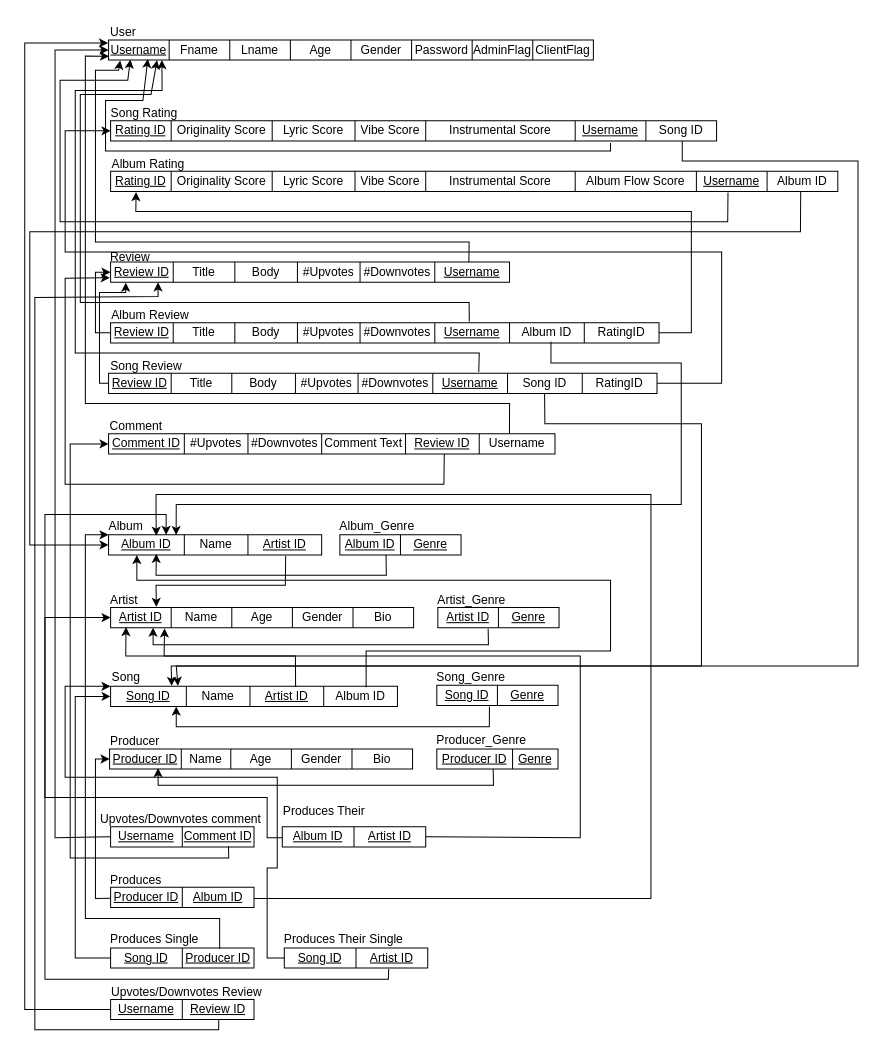
This is CPSC 471 Project RM.drawio from alexchchen/musicrant, a draw.io file, before an edit. Source tidied: cells renumbered, new cells numbered last; positions are measured from the earlier drawing's top-left corner, leaving out a move shared by most shapes. Both pictures are drawn from the tidied source at 101%, with x=0, y=0 at pixel (24, 17).
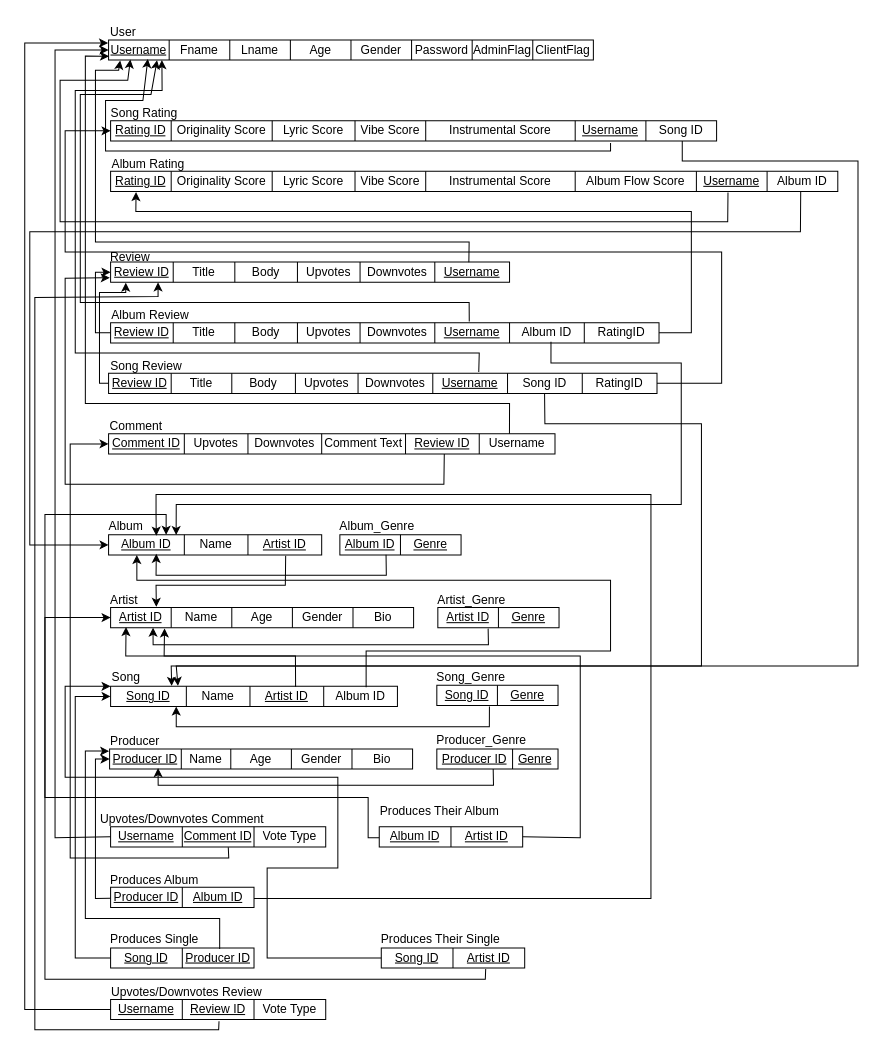
The same diagram, later.

Commit message (it also covers changes not shown here):
Added vote type to upvotes/downvotes comment and review

The change refers to these unchanged cells:
```xml
<mxCell id="6" style="shape=tableRow;horizontal=0;startSize=0;swimlaneHead=0;swimlaneBody=0;strokeColor=inherit;top=0;left=0;bottom=0;right=0;fillColor=none;points=[[0,0.5],[1,0.5]];portConstraint=eastwest;" parent="5" vertex="1">
  <mxGeometry width="300" height="20" as="geometry" />
</mxCell>
<mxCell id="36" style="shape=tableRow;horizontal=0;startSize=0;swimlaneHead=0;swimlaneBody=0;strokeColor=inherit;top=0;left=0;bottom=0;right=0;fillColor=none;points=[[0,0.5],[1,0.5]];portConstraint=eastwest;" parent="35" vertex="1">
  <mxGeometry width="543" height="20" as="geometry" />
</mxCell>
<mxCell id="52" style="shape=tableRow;horizontal=0;startSize=0;swimlaneHead=0;swimlaneBody=0;strokeColor=inherit;top=0;left=0;bottom=0;right=0;fillColor=none;points=[[0,0.5],[1,0.5]];portConstraint=eastwest;" parent="51" vertex="1">
  <mxGeometry width="543" height="20" as="geometry" />
</mxCell>
<mxCell id="74" style="shape=tableRow;horizontal=0;startSize=0;swimlaneHead=0;swimlaneBody=0;strokeColor=inherit;top=0;left=0;bottom=0;right=0;fillColor=none;points=[[0,0.5],[1,0.5]];portConstraint=eastwest;" parent="73" vertex="1">
  <mxGeometry width="442" height="20" as="geometry" />
</mxCell>
<mxCell id="82" style="shape=table;startSize=0;childLayout=tableLayout;swimlaneLine=1;" parent="1" vertex="1">
  <mxGeometry x="83" y="512" width="211" height="20" as="geometry" />
</mxCell>
<mxCell id="99" style="shape=table;startSize=0;childLayout=tableLayout;swimlaneLine=1;" parent="1" vertex="1">
  <mxGeometry x="85" y="662" width="284" height="20" as="geometry" />
</mxCell>
<mxCell id="106" value="Producer" style="text;html=1;align=left;verticalAlign=middle;points=[];strokeColor=none;fillColor=none;" parent="1" vertex="1">
  <mxGeometry x="83" y="702" width="70" height="30" as="geometry" />
</mxCell>
<mxCell id="132" style="shape=tableRow;horizontal=0;startSize=0;swimlaneHead=0;swimlaneBody=0;strokeColor=inherit;top=0;left=0;bottom=0;right=0;fillColor=none;points=[[0,0.5],[1,0.5]];portConstraint=eastwest;" parent="131" vertex="1">
  <mxGeometry width="395" height="20" as="geometry" />
</mxCell>
<mxCell id="169" style="shape=tableRow;horizontal=0;startSize=0;swimlaneHead=0;swimlaneBody=0;strokeColor=inherit;top=0;left=0;bottom=0;right=0;fillColor=none;points=[[0,0.5],[1,0.5]];portConstraint=eastwest;" parent="168" vertex="1">
  <mxGeometry width="142" height="20" as="geometry" />
</mxCell>
```

Change to the diagram source:
```diff
@@
-    <mxCell id="40" value="#Upvotes" style="shape=partialRectangle;html=1;whiteSpace=wrap;strokeColor=inherit;overflow=hidden;fillColor=none;top=0;left=0;bottom=0;right=0;" parent="36" vertex="1">
+    <mxCell id="40" value="Upvotes" style="shape=partialRectangle;html=1;whiteSpace=wrap;strokeColor=inherit;overflow=hidden;fillColor=none;top=0;left=0;bottom=0;right=0;" parent="36" vertex="1">
       <mxGeometry x="185" width="62" height="20" as="geometry" />
     </mxCell>
-    <mxCell id="41" value="#Downvotes" style="shape=partialRectangle;html=1;whiteSpace=wrap;strokeColor=inherit;overflow=hidden;fillColor=none;top=0;left=0;bottom=0;right=0;" parent="36" vertex="1">
+    <mxCell id="41" value="Downvotes" style="shape=partialRectangle;html=1;whiteSpace=wrap;strokeColor=inherit;overflow=hidden;fillColor=none;top=0;left=0;bottom=0;right=0;" parent="36" vertex="1">
       <mxGeometry x="247" width="74" height="20" as="geometry" />
     </mxCell>
@@
-    <mxCell id="56" value="#Upvotes" style="shape=partialRectangle;html=1;whiteSpace=wrap;strokeColor=inherit;overflow=hidden;fillColor=none;top=0;left=0;bottom=0;right=0;" parent="52" vertex="1">
+    <mxCell id="56" value="Upvotes" style="shape=partialRectangle;html=1;whiteSpace=wrap;strokeColor=inherit;overflow=hidden;fillColor=none;top=0;left=0;bottom=0;right=0;" parent="52" vertex="1">
       <mxGeometry x="185" width="62" height="20" as="geometry" />
     </mxCell>
-    <mxCell id="57" value="#Downvotes" style="shape=partialRectangle;html=1;whiteSpace=wrap;strokeColor=inherit;overflow=hidden;fillColor=none;top=0;left=0;bottom=0;right=0;" parent="52" vertex="1">
+    <mxCell id="57" value="Downvotes" style="shape=partialRectangle;html=1;whiteSpace=wrap;strokeColor=inherit;overflow=hidden;fillColor=none;top=0;left=0;bottom=0;right=0;" parent="52" vertex="1">
       <mxGeometry x="247" width="74" height="20" as="geometry" />
     </mxCell>
@@
-    <mxCell id="76" value="#Upvotes" style="shape=partialRectangle;html=1;whiteSpace=wrap;strokeColor=inherit;overflow=hidden;fillColor=none;top=0;left=0;bottom=0;right=0;" parent="74" vertex="1">
+    <mxCell id="76" value="Upvotes" style="shape=partialRectangle;html=1;whiteSpace=wrap;strokeColor=inherit;overflow=hidden;fillColor=none;top=0;left=0;bottom=0;right=0;" parent="74" vertex="1">
       <mxGeometry x="75" width="63" height="20" as="geometry" />
     </mxCell>
-    <mxCell id="77" value="#Downvotes" style="shape=partialRectangle;html=1;whiteSpace=wrap;strokeColor=inherit;overflow=hidden;fillColor=none;top=0;left=0;bottom=0;right=0;" parent="74" vertex="1">
+    <mxCell id="77" value="Downvotes" style="shape=partialRectangle;html=1;whiteSpace=wrap;strokeColor=inherit;overflow=hidden;fillColor=none;top=0;left=0;bottom=0;right=0;" parent="74" vertex="1">
       <mxGeometry x="138" width="73" height="20" as="geometry" />
     </mxCell>
@@
-    <mxCell id="107" value="Upvotes/Downvotes comment" style="text;html=1;align=left;verticalAlign=middle;strokeColor=none;fillColor=none;" parent="1" vertex="1">
-      <mxGeometry x="73" y="779" width="180" height="30" as="geometry" />
+    <mxCell id="107" value="Upvotes/Downvotes Comment" style="text;html=1;align=left;verticalAlign=middle;strokeColor=none;fillColor=none;" parent="1" vertex="1">
+      <mxGeometry x="73" y="779" width="190" height="30" as="geometry" />
     </mxCell>
     <mxCell id="108" style="shape=table;startSize=0;childLayout=tableLayout;swimlaneLine=1;" parent="1" vertex="1">
-      <mxGeometry x="85" y="801" width="142" height="20" as="geometry" />
+      <mxGeometry x="85" y="801" width="213" height="20" as="geometry" />
     </mxCell>
     <mxCell id="109" style="shape=tableRow;horizontal=0;startSize=0;swimlaneHead=0;swimlaneBody=0;strokeColor=inherit;top=0;left=0;bottom=0;right=0;fillColor=none;points=[[0,0.5],[1,0.5]];portConstraint=eastwest;" parent="108" vertex="1">
-      <mxGeometry width="142" height="20" as="geometry" />
+      <mxGeometry width="213" height="20" as="geometry" />
     </mxCell>
@@
+    <mxCell id="189" value="Vote Type" style="shape=partialRectangle;html=1;whiteSpace=wrap;strokeColor=inherit;overflow=hidden;fillColor=none;top=0;left=0;bottom=0;right=0;fontStyle=0;" parent="109" vertex="1">
+      <mxGeometry x="142" width="71" height="20" as="geometry" />
+    </mxCell>
@@
-    <mxCell id="120" value="Produces" style="text;html=1;align=left;verticalAlign=middle;strokeColor=none;fillColor=none;" parent="1" vertex="1">
-      <mxGeometry x="83" y="839" width="70" height="30" as="geometry" />
+    <mxCell id="120" value="Produces Album" style="text;html=1;align=left;verticalAlign=middle;strokeColor=none;fillColor=none;" parent="1" vertex="1">
+      <mxGeometry x="83" y="839" width="110" height="30" as="geometry" />
     </mxCell>
@@
-    <mxCell id="136" value="#Upvotes" style="shape=partialRectangle;html=1;whiteSpace=wrap;strokeColor=inherit;overflow=hidden;fillColor=none;top=0;left=0;bottom=0;right=0;" parent="132" vertex="1">
+    <mxCell id="136" value="Upvotes" style="shape=partialRectangle;html=1;whiteSpace=wrap;strokeColor=inherit;overflow=hidden;fillColor=none;top=0;left=0;bottom=0;right=0;" parent="132" vertex="1">
       <mxGeometry x="185" width="62" height="20" as="geometry" />
     </mxCell>
-    <mxCell id="137" value="#Downvotes" style="shape=partialRectangle;html=1;whiteSpace=wrap;strokeColor=inherit;overflow=hidden;fillColor=none;top=0;left=0;bottom=0;right=0;" parent="132" vertex="1">
+    <mxCell id="137" value="Downvotes" style="shape=partialRectangle;html=1;whiteSpace=wrap;strokeColor=inherit;overflow=hidden;fillColor=none;top=0;left=0;bottom=0;right=0;" parent="132" vertex="1">
       <mxGeometry x="247" width="74" height="20" as="geometry" />
     </mxCell>
@@
-    <mxCell id="146" style="endArrow=classic;html=1;rounded=0;entryX=0;entryY=0;entryDx=0;entryDy=0;" parent="1" edge="1" target="82">
+    <mxCell id="146" style="endArrow=classic;html=1;rounded=0;entryX=0.009;entryY=0.807;entryDx=0;entryDy=0;entryPerimeter=0;" parent="1" edge="1" target="106">
       <mxGeometry relative="1" as="geometry">
         <mxPoint x="193" y="922" as="sourcePoint" />
         <Array as="points">
           <mxPoint x="193" y="892" />
           <mxPoint x="60" y="892" />
-          <mxPoint x="60" y="512" />
+          <mxPoint x="60" y="726" />
         </Array>
       </mxGeometry>
     </mxCell>
@@
-    <mxCell id="162" value="Produces Their" style="text;html=1;align=left;verticalAlign=middle;strokeColor=none;fillColor=none;" parent="1" vertex="1">
-      <mxGeometry x="254" y="771" width="100" height="30" as="geometry" />
+    <mxCell id="162" value="Produces Their Album" style="text;html=1;align=left;verticalAlign=middle;strokeColor=none;fillColor=none;" parent="1" vertex="1">
+      <mxGeometry x="350" y="771" width="140" height="30" as="geometry" />
     </mxCell>
     <mxCell id="163" style="shape=table;startSize=0;childLayout=tableLayout;swimlaneLine=1;" parent="1" vertex="1">
-      <mxGeometry x="255" y="801" width="142" height="20" as="geometry" />
+      <mxGeometry x="351" y="801" width="142" height="20" as="geometry" />
     </mxCell>
@@
     <mxCell id="167" value="Produces Their Single" style="text;html=1;align=left;verticalAlign=middle;strokeColor=none;fillColor=none;" parent="1" vertex="1">
-      <mxGeometry x="255" y="898" width="140" height="30" as="geometry" />
+      <mxGeometry x="351" y="898" width="140" height="30" as="geometry" />
     </mxCell>
     <mxCell id="168" style="shape=table;startSize=0;childLayout=tableLayout;swimlaneLine=1;" parent="1" vertex="1">
-      <mxGeometry x="257" y="921" width="142" height="20" as="geometry" />
+      <mxGeometry x="353" y="921" width="142" height="20" as="geometry" />
     </mxCell>
@@
     <mxCell id="172" style="endArrow=classic;html=1;rounded=0;exitX=-0.001;exitY=0.55;exitDx=0;exitDy=0;exitPerimeter=0;" parent="1" edge="1" source="163">
       <mxGeometry relative="1" as="geometry">
         <mxPoint x="140" y="512" as="targetPoint" />
         <Array as="points">
-          <mxPoint x="240" y="812" />
+          <mxPoint x="340" y="812" />
+          <mxPoint x="340" y="772" />
           <mxPoint x="240" y="772" />
           <mxPoint x="20" y="772" />
           <mxPoint x="20" y="492" />
           <mxPoint x="140" y="492" />
         </Array>
       </mxGeometry>
     </mxCell>
@@
     <mxCell id="174" style="shape=table;startSize=0;childLayout=tableLayout;swimlaneLine=1;" parent="1" vertex="1">
-      <mxGeometry x="85" y="972" width="142" height="20" as="geometry" />
+      <mxGeometry x="85" y="972" width="213" height="20" as="geometry" />
     </mxCell>
     <mxCell id="175" style="shape=tableRow;horizontal=0;startSize=0;swimlaneHead=0;swimlaneBody=0;strokeColor=inherit;top=0;left=0;bottom=0;right=0;fillColor=none;points=[[0,0.5],[1,0.5]];portConstraint=eastwest;" parent="174" vertex="1">
-      <mxGeometry width="142" height="20" as="geometry" />
+      <mxGeometry width="213" height="20" as="geometry" />
     </mxCell>
@@
+    <mxCell id="190" value="Vote Type" style="shape=partialRectangle;html=1;whiteSpace=wrap;strokeColor=inherit;overflow=hidden;fillColor=none;top=0;left=0;bottom=0;right=0;fontStyle=0;" parent="175" vertex="1">
+      <mxGeometry x="142" width="71" height="20" as="geometry" />
+    </mxCell>
@@
-    <mxCell id="181" style="endArrow=classic;html=1;rounded=0;exitX=0.754;exitY=1;exitDx=0;exitDy=0;exitPerimeter=0;entryX=0.119;entryY=1;entryDx=0;entryDy=0;entryPerimeter=0;" parent="1" edge="1" source="175" target="132">
+    <mxCell id="181" style="endArrow=classic;html=1;rounded=0;exitX=0.504;exitY=1.078;exitDx=0;exitDy=0;exitPerimeter=0;entryX=0.119;entryY=1;entryDx=0;entryDy=0;entryPerimeter=0;" parent="1" edge="1" source="175" target="132">
       <mxGeometry relative="1" as="geometry">
         <Array as="points">
           <mxPoint x="192" y="1002" />
           <mxPoint x="10" y="1002" />
           <mxPoint x="10" y="277" />
           <mxPoint x="132" y="276" />
         </Array>
       </mxGeometry>
     </mxCell>
-    <mxCell id="182" style="endArrow=classic;html=1;rounded=0;exitX=0.822;exitY=0.971;exitDx=0;exitDy=0;exitPerimeter=0;entryX=0;entryY=0.5;entryDx=0;entryDy=0;" parent="1" edge="1" source="109" target="74">
+    <mxCell id="182" style="endArrow=classic;html=1;rounded=0;exitX=0.547;exitY=1.018;exitDx=0;exitDy=0;exitPerimeter=0;entryX=0;entryY=0.5;entryDx=0;entryDy=0;" parent="1" edge="1" source="109" target="74">
       <mxGeometry relative="1" as="geometry">
         <Array as="points">
           <mxPoint x="202" y="832" />
           <mxPoint x="45" y="832" />
           <mxPoint x="45" y="422" />
         </Array>
       </mxGeometry>
     </mxCell>
     <mxCell id="183" style="endArrow=classic;html=1;rounded=0;exitX=0;exitY=0.5;exitDx=0;exitDy=0;entryX=0;entryY=0;entryDx=0;entryDy=0;" parent="1" edge="1" source="169" target="99">
       <mxGeometry relative="1" as="geometry">
         <Array as="points">
           <mxPoint x="240" y="931" />
           <mxPoint x="240" y="842" />
-          <mxPoint x="250" y="842" />
-          <mxPoint x="250" y="752" />
+          <mxPoint x="310" y="842" />
+          <mxPoint x="310" y="752" />
           <mxPoint x="40" y="752" />
           <mxPoint x="40" y="662" />
         </Array>
       </mxGeometry>
     </mxCell>
@@
     <mxCell id="186" style="endArrow=classic;html=1;rounded=0;exitX=0.728;exitY=1.047;exitDx=0;exitDy=0;exitPerimeter=0;entryX=0;entryY=0.5;entryDx=0;entryDy=0;" parent="1" edge="1" source="169" target="6">
       <mxGeometry relative="1" as="geometry">
         <Array as="points">
-          <mxPoint x="360" y="952" />
+          <mxPoint x="456" y="952" />
           <mxPoint x="190" y="952" />
           <mxPoint x="20" y="952" />
           <mxPoint x="20" y="782" />
           <mxPoint x="20" y="594" />
         </Array>
       </mxGeometry>
     </mxCell>
```
